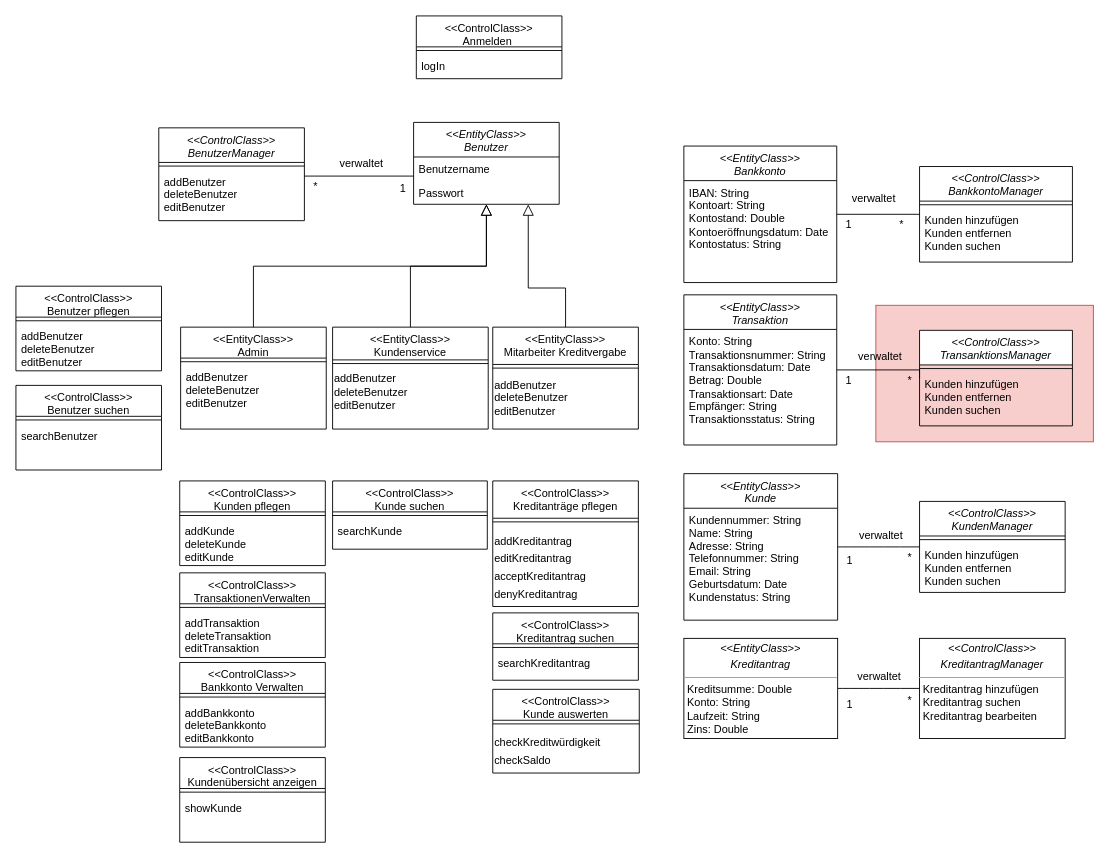
This is page "Technischer Entwurf" (5 of 5) of Datenmodell.drawio from JaSc2912/VerteilteAnwendungen, a draw.io file, before an edit. Source tidied: cells renumbered, new cells numbered last; positions are measured from the earlier drawing's top-left corner, leaving out a move shared by most shapes. Both pictures are drawn from the tidied source at 91%, with x=0, y=0 at pixel (15, 15).
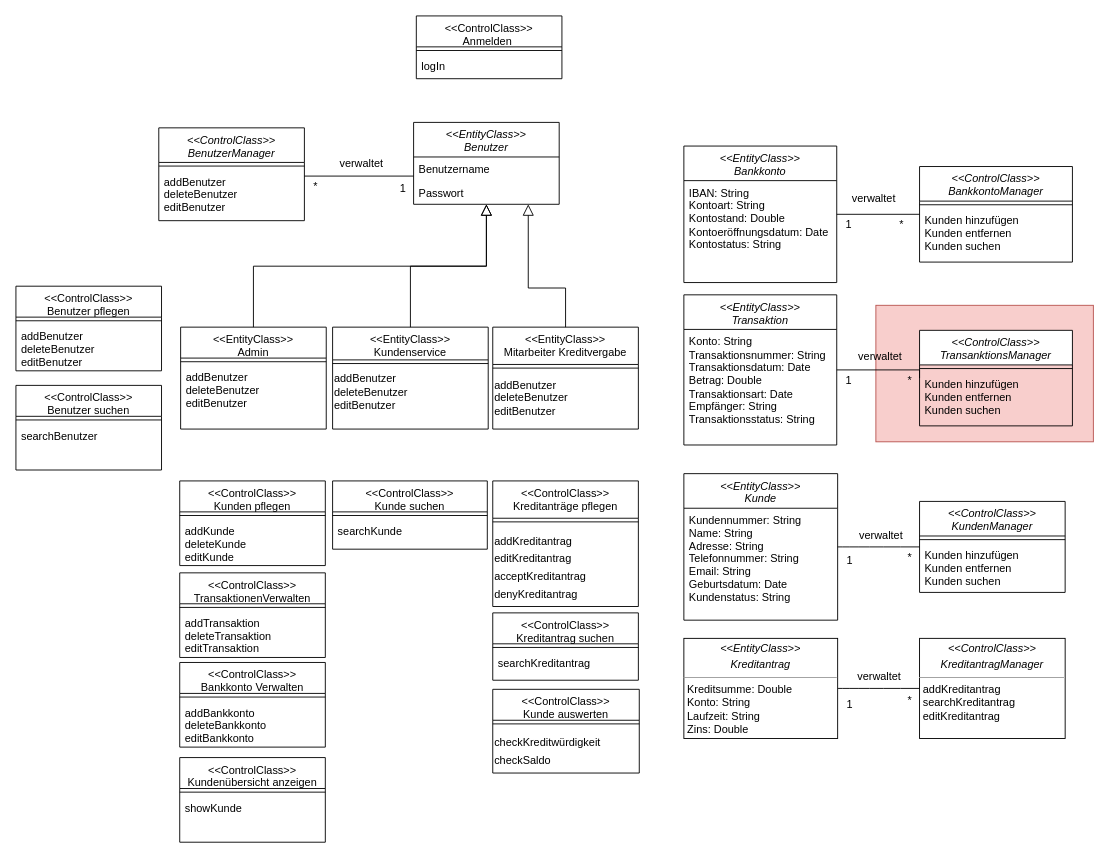
The same page after the edit.

Change to the diagram source:
```diff
@@
-    <mxCell id="53" value="&lt;p style=&quot;margin:0px;margin-top:4px;text-align:center;&quot;&gt;&lt;i&gt;&amp;lt;&amp;lt;ControlClass&amp;gt;&amp;gt;&lt;/i&gt;&lt;/p&gt;&lt;p style=&quot;margin:0px;margin-top:4px;text-align:center;&quot;&gt;&lt;i&gt;KreditantragManager&lt;/i&gt;&lt;/p&gt;&lt;hr size=&quot;1&quot;&gt;&lt;p style=&quot;margin:0px;margin-left:4px;&quot;&gt;Kreditantrag hinzufügen&lt;/p&gt;&lt;p style=&quot;margin:0px;margin-left:4px;&quot;&gt;Kreditantrag suchen&lt;/p&gt;&lt;p style=&quot;margin:0px;margin-left:4px;&quot;&gt;Kreditantrag bearbeiten&lt;/p&gt;&lt;p style=&quot;margin:0px;margin-left:4px;&quot;&gt;&lt;br&gt;&lt;/p&gt;" style="verticalAlign=top;align=left;overflow=fill;fontSize=12;fontFamily=Helvetica;html=1;rounded=0;shadow=0;comic=0;labelBackgroundColor=none;strokeWidth=1;" parent="1" vertex="1">
+    <mxCell id="53" value="&lt;p style=&quot;margin:0px;margin-top:4px;text-align:center;&quot;&gt;&lt;i&gt;&amp;lt;&amp;lt;ControlClass&amp;gt;&amp;gt;&lt;/i&gt;&lt;/p&gt;&lt;p style=&quot;margin:0px;margin-top:4px;text-align:center;&quot;&gt;&lt;i&gt;KreditantragManager&lt;/i&gt;&lt;/p&gt;&lt;hr size=&quot;1&quot;&gt;&lt;p style=&quot;margin:0px;margin-left:4px;&quot;&gt;addKreditantrag&lt;/p&gt;&lt;p style=&quot;margin:0px;margin-left:4px;&quot;&gt;searchKreditantrag&lt;/p&gt;&lt;p style=&quot;margin:0px;margin-left:4px;&quot;&gt;editKreditantrag &lt;br&gt;&lt;/p&gt;&lt;p style=&quot;margin:0px;margin-left:4px;&quot;&gt;&lt;br&gt;&lt;/p&gt;" style="verticalAlign=top;align=left;overflow=fill;fontSize=12;fontFamily=Helvetica;html=1;rounded=0;shadow=0;comic=0;labelBackgroundColor=none;strokeWidth=1;" parent="1" vertex="1">
       <mxGeometry x="993" y="684" width="160" height="110" as="geometry" />
     </mxCell>
```
